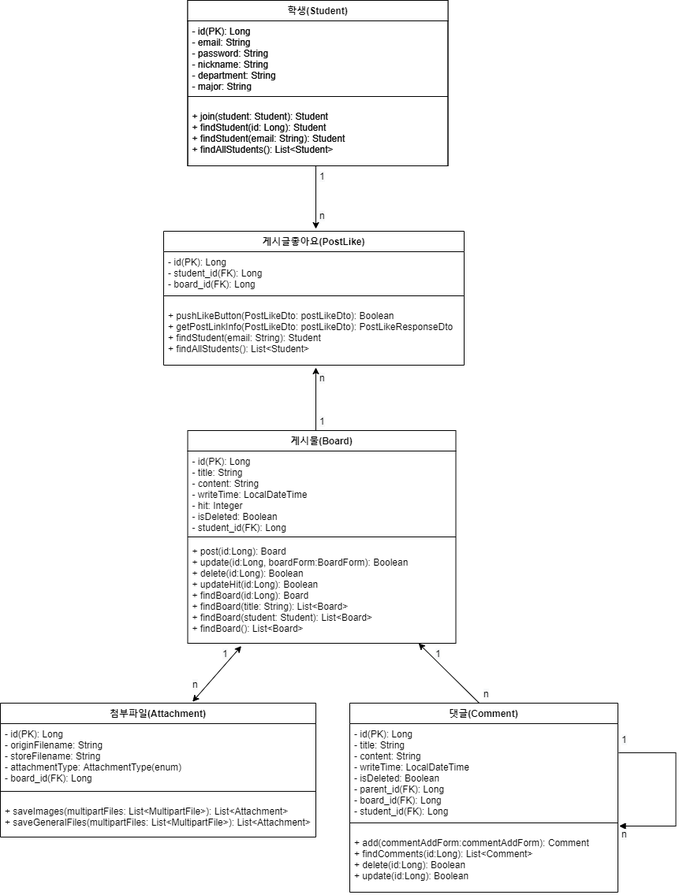
Earlier version of the draw.io export img/diagram.png (SangHyunGil/BasicBoard). Source tidied: cells renumbered, new cells last; positions are measured from the earlier drawing's top-left corner, leaving out a move shared by most shapes.
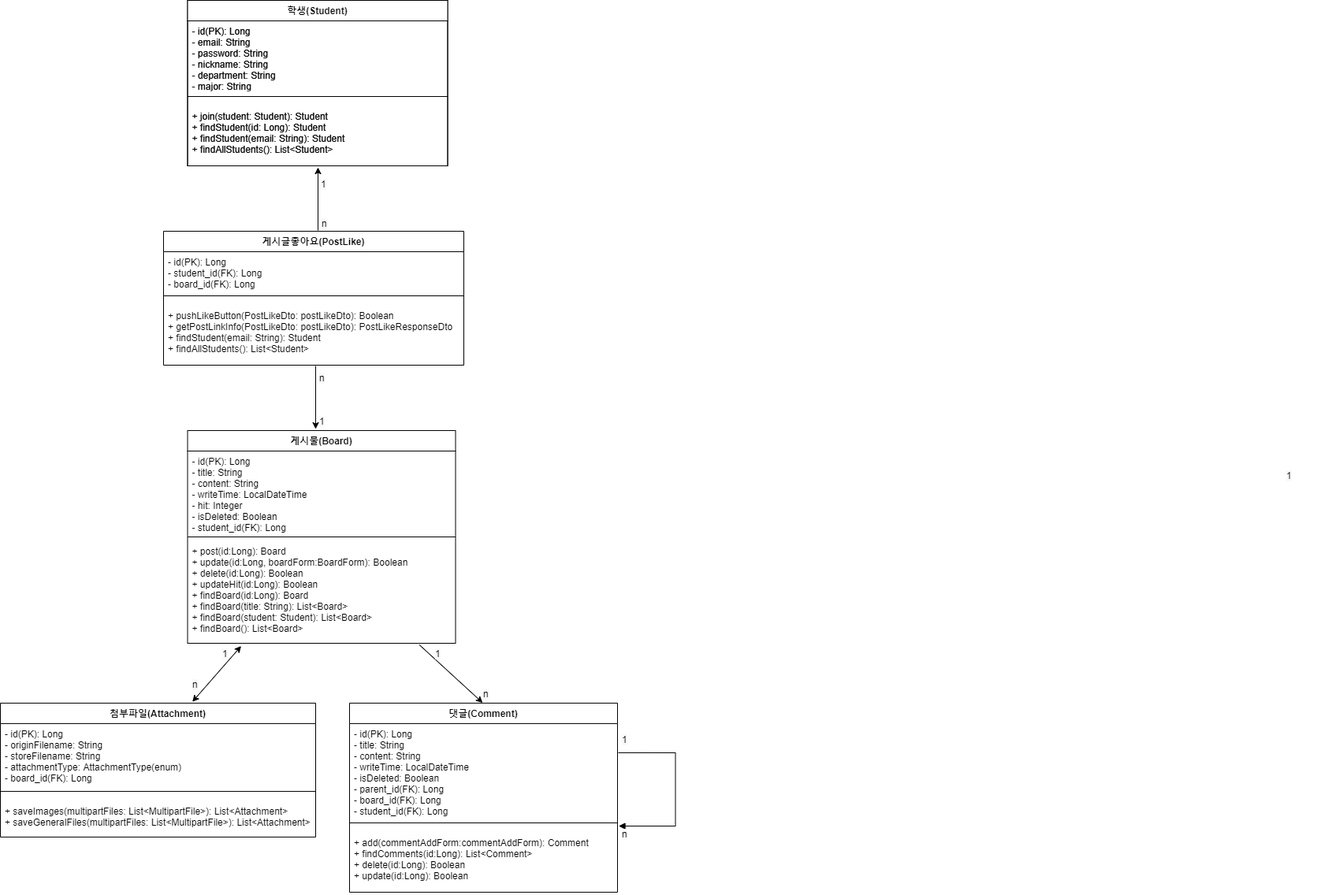
After the change.

What changed in the source:
```diff
@@ -26,9 +26,9 @@
     <mxCell id="9" value="+ add(commentAddForm:commentAddForm): Comment&#10;+ findComments(id:Long): List&lt;Comment&gt;&#10;+ delete(id:Long): Boolean&#10;+ update(id:Long): Boolean" style="text;strokeColor=none;fillColor=none;align=left;verticalAlign=top;spacingLeft=4;spacingRight=4;overflow=hidden;" parent="6" vertex="1">
       <mxGeometry y="164" width="340" height="76" as="geometry" />
     </mxCell>
-    <mxCell id="10" style="endArrow=classic;html=1;exitX=0.482;exitY=-0.001;exitDx=0;exitDy=0;exitPerimeter=0;entryX=0.646;entryY=1.008;entryDx=0;entryDy=0;entryPerimeter=0;" parent="1" edge="1" source="6">
+    <mxCell id="10" style="endArrow=classic;html=1;exitX=0.865;exitY=1.015;exitDx=0;exitDy=0;exitPerimeter=0;entryX=0.479;entryY=-0.01;entryDx=0;entryDy=0;entryPerimeter=0;" parent="1" edge="1" source="5">
       <mxGeometry relative="1" as="geometry">
-        <mxPoint x="530.1" y="816" as="targetPoint" />
+        <mxPoint x="611.9" y="891.6" as="targetPoint" />
       </mxGeometry>
     </mxCell>
     <mxCell id="11" value="학생(Student)" style="swimlane;fontStyle=1;align=center;verticalAlign=top;horizontal=1;startSize=26;" parent="1" vertex="1">
@@ -44,10 +44,10 @@
       <mxGeometry y="134" width="330" height="76" as="geometry" />
     </mxCell>
     <mxCell id="15" value="&lt;span style=&quot;color: rgb(0 , 0 , 0) ; font-family: &amp;#34;helvetica&amp;#34; ; font-size: 12px ; font-style: normal ; font-weight: 400 ; letter-spacing: normal ; text-align: left ; text-indent: 0px ; text-transform: none ; word-spacing: 0px ; background-color: rgb(248 , 249 , 250) ; display: inline ; float: none&quot;&gt;1&lt;/span&gt;" style="text;whiteSpace=wrap;html=1;" parent="1" vertex="1">
-      <mxGeometry x="403" y="210" width="40" height="30" as="geometry" />
+      <mxGeometry x="1630" y="590" width="40" height="30" as="geometry" />
     </mxCell>
     <mxCell id="16" value="&lt;span style=&quot;color: rgb(0 , 0 , 0) ; font-family: &amp;#34;helvetica&amp;#34; ; font-size: 12px ; font-style: normal ; font-weight: 400 ; letter-spacing: normal ; text-align: left ; text-indent: 0px ; text-transform: none ; word-spacing: 0px ; background-color: rgb(248 , 249 , 250) ; display: inline ; float: none&quot;&gt;n&lt;/span&gt;" style="text;whiteSpace=wrap;html=1;" parent="1" vertex="1">
-      <mxGeometry x="403" y="260" width="40" height="30" as="geometry" />
+      <mxGeometry x="406" y="270" width="40" height="30" as="geometry" />
     </mxCell>
     <mxCell id="17" value="&lt;span style=&quot;color: rgb(0 , 0 , 0) ; font-family: &amp;#34;helvetica&amp;#34; ; font-size: 12px ; font-style: normal ; font-weight: 400 ; letter-spacing: normal ; text-align: left ; text-indent: 0px ; text-transform: none ; word-spacing: 0px ; background-color: rgb(248 , 249 , 250) ; display: inline ; float: none&quot;&gt;n&lt;/span&gt;" style="text;whiteSpace=wrap;html=1;" parent="1" vertex="1">
       <mxGeometry x="610.5" y="867" width="40" height="30" as="geometry" />
@@ -74,8 +74,8 @@
     </mxCell>
     <mxCell id="22" style="endArrow=classic;html=1;" parent="1" edge="1">
       <mxGeometry relative="1" as="geometry">
-        <mxPoint x="400" y="210" as="sourcePoint" />
-        <mxPoint x="400" y="290" as="targetPoint" />
+        <mxPoint x="400" y="464" as="sourcePoint" />
+        <mxPoint x="400" y="544" as="targetPoint" />
       </mxGeometry>
     </mxCell>
     <mxCell id="23" value="첨부파일(Attachment)" style="swimlane;fontStyle=1;align=center;verticalAlign=top;horizontal=1;startSize=26;" parent="1" vertex="1">
@@ -101,8 +101,8 @@
     </mxCell>
     <mxCell id="30" style="endArrow=classic;html=1;" parent="1" edge="1">
       <mxGeometry relative="1" as="geometry">
-        <mxPoint x="400" y="546" as="sourcePoint" />
-        <mxPoint x="400" y="466" as="targetPoint" />
+        <mxPoint x="403" y="292" as="sourcePoint" />
+        <mxPoint x="403" y="212" as="targetPoint" />
       </mxGeometry>
     </mxCell>
     <mxCell id="31" value="&lt;span style=&quot;color: rgb(0 , 0 , 0) ; font-family: &amp;#34;helvetica&amp;#34; ; font-size: 12px ; font-style: normal ; font-weight: 400 ; letter-spacing: normal ; text-align: left ; text-indent: 0px ; text-transform: none ; word-spacing: 0px ; background-color: rgb(248 , 249 , 250) ; display: inline ; float: none&quot;&gt;n&lt;/span&gt;" style="text;whiteSpace=wrap;html=1;" parent="1" vertex="1">
@@ -136,10 +136,7 @@
       <mxGeometry y="134" width="330" height="76" as="geometry" />
     </mxCell>
     <mxCell id="41" value="&lt;span style=&quot;color: rgb(0 , 0 , 0) ; font-family: &amp;#34;helvetica&amp;#34; ; font-size: 12px ; font-style: normal ; font-weight: 400 ; letter-spacing: normal ; text-align: left ; text-indent: 0px ; text-transform: none ; word-spacing: 0px ; background-color: rgb(248 , 249 , 250) ; display: inline ; float: none&quot;&gt;1&lt;/span&gt;" style="text;whiteSpace=wrap;html=1;" parent="1" vertex="1">
-      <mxGeometry x="403" y="210" width="40" height="30" as="geometry" />
+      <mxGeometry x="405" y="220" width="40" height="30" as="geometry" />
     </mxCell>
-    <mxCell id="42" value="&lt;span style=&quot;color: rgb(0 , 0 , 0) ; font-family: &amp;#34;helvetica&amp;#34; ; font-size: 12px ; font-style: normal ; font-weight: 400 ; letter-spacing: normal ; text-align: left ; text-indent: 0px ; text-transform: none ; word-spacing: 0px ; background-color: rgb(248 , 249 , 250) ; display: inline ; float: none&quot;&gt;n&lt;/span&gt;" style="text;whiteSpace=wrap;html=1;" parent="1" vertex="1">
-      <mxGeometry x="403" y="260" width="40" height="30" as="geometry" />
-    </mxCell>
   </root>
 </mxGraphModel>
```
